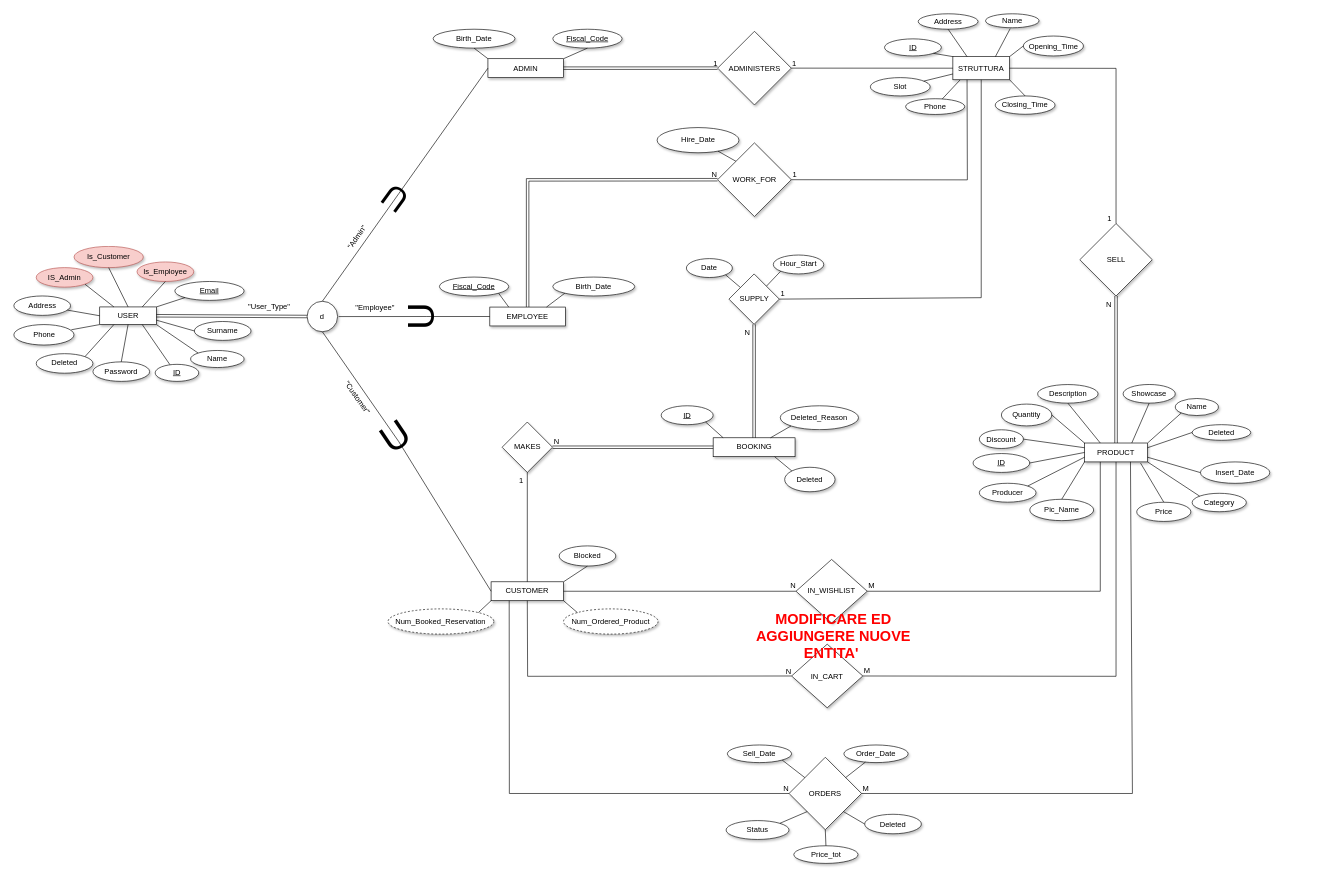
lilpilgit/Barber keeps this draw.io diagram as db/NEW_EER.drawio. Above is the earlier version. Source tidied: cells renumbered, new cells numbered last; positions are measured from the earlier drawing's top-left corner, leaving out a move shared by most shapes. Both pictures are drawn from the tidied source at 63%, with x=0, y=0 at pixel (13, 13).
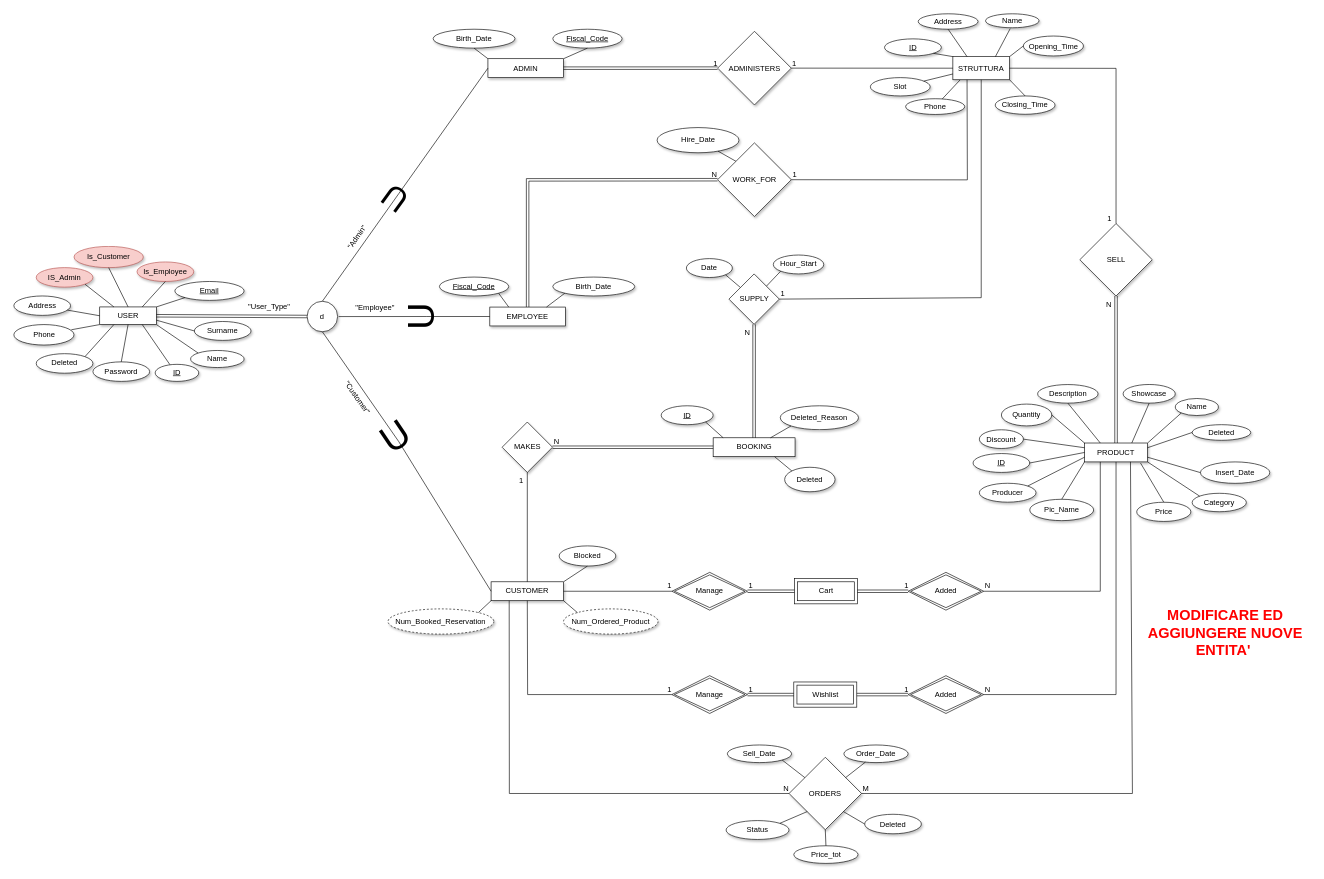
After the change.

Unchanged cells that the change refers to:
```xml
<mxCell id="2" value="PRODUCT" style="rounded=0;whiteSpace=wrap;html=1;shadow=1;" parent="1" vertex="1">
  <mxGeometry x="1700" y="681.7" width="100" height="30" as="geometry" />
</mxCell>
<mxCell id="4" value="CUSTOMER" style="rounded=0;whiteSpace=wrap;html=1;shadow=1;" parent="1" vertex="1">
  <mxGeometry x="758" y="902" width="115" height="30" as="geometry" />
</mxCell>
```

Diff of the diagram source:
```diff
@@
-    <mxCell id="138" value="IN_CART" style="rhombus;whiteSpace=wrap;html=1;shadow=1;" parent="1" vertex="1">
-      <mxGeometry x="1235" y="1001" width="113" height="101" as="geometry" />
-    </mxCell>
-    <mxCell id="139" style="endArrow=none;html=1;rounded=0;align=left;entryX=0;entryY=0.5;entryDx=0;entryDy=0;exitX=0.5;exitY=1;exitDx=0;exitDy=0;" parent="1" edge="1" source="4" target="138">
-      <mxGeometry relative="1" as="geometry">
-        <Array as="points">
-          <mxPoint x="816" y="1052" />
-        </Array>
-      </mxGeometry>
-    </mxCell>
-    <mxCell id="140" value="N" style="html=1;align=right;verticalAlign=top;" parent="139" vertex="1">
-      <mxGeometry x="1" relative="1" as="geometry">
-        <mxPoint y="-20.5" as="offset" />
-      </mxGeometry>
-    </mxCell>
-    <mxCell id="141" value="IN_WISHLIST" style="rhombus;whiteSpace=wrap;html=1;shadow=1;" parent="1" vertex="1">
-      <mxGeometry x="1242" y="866.5" width="113" height="101" as="geometry" />
-    </mxCell>
-    <mxCell id="142" style="endArrow=none;html=1;rounded=0;align=left;entryX=0;entryY=0.5;entryDx=0;entryDy=0;exitX=1;exitY=0.5;exitDx=0;exitDy=0;" parent="1" edge="1" source="4" target="141">
-      <mxGeometry relative="1" as="geometry" />
-    </mxCell>
-    <mxCell id="143" value="N" style="html=1;align=right;verticalAlign=bottom;" parent="142" vertex="1">
-      <mxGeometry x="1" relative="1" as="geometry" />
-    </mxCell>
@@
-    <mxCell id="146" style="endArrow=none;html=1;rounded=0;align=left;exitX=0.25;exitY=1;exitDx=0;exitDy=0;entryX=1;entryY=0.5;entryDx=0;entryDy=0;" parent="1" edge="1" source="2" target="141">
-      <mxGeometry relative="1" as="geometry">
-        <Array as="points">
-          <mxPoint x="1725" y="917" />
-        </Array>
-      </mxGeometry>
-    </mxCell>
-    <mxCell id="147" value="M" style="html=1;align=left;verticalAlign=bottom;" parent="146" vertex="1">
-      <mxGeometry x="1" relative="1" as="geometry" />
-    </mxCell>
@@
-    <mxCell id="150" style="endArrow=none;html=1;rounded=0;align=left;entryX=1;entryY=0.5;entryDx=0;entryDy=0;exitX=0.5;exitY=1;exitDx=0;exitDy=0;" parent="1" edge="1" source="2" target="138">
-      <mxGeometry relative="1" as="geometry">
-        <Array as="points">
-          <mxPoint x="1750" y="1052" />
-        </Array>
-      </mxGeometry>
-    </mxCell>
-    <mxCell id="151" value="M" style="html=1;align=left;verticalAlign=bottom;" parent="150" vertex="1">
-      <mxGeometry x="1" relative="1" as="geometry" />
-    </mxCell>
@@
     <mxCell id="160" value="&lt;font color=&quot;#ff0000&quot; size=&quot;1&quot;&gt;&lt;b style=&quot;font-size: 23px&quot;&gt;MODIFICARE ED AGGIUNGERE NUOVE ENTITA'&amp;nbsp;&lt;/b&gt;&lt;/font&gt;" style="text;html=1;strokeColor=none;fillColor=none;align=center;verticalAlign=middle;whiteSpace=wrap;rounded=0;" parent="1" vertex="1">
-      <mxGeometry x="1160.5" y="951" width="280.5" height="76.1" as="geometry" />
+      <mxGeometry x="1782.8" y="945" width="280.5" height="76.1" as="geometry" />
     </mxCell>
+    <mxCell id="161" value="Cart" style="shape=ext;margin=3;double=1;whiteSpace=wrap;html=1;align=center;" parent="1" vertex="1">
+      <mxGeometry x="1239.5" y="897" width="100" height="40" as="geometry" />
+    </mxCell>
+    <mxCell id="162" value="Wishlist" style="shape=ext;margin=3;double=1;whiteSpace=wrap;html=1;align=center;" parent="1" vertex="1">
+      <mxGeometry x="1238.5" y="1061" width="100" height="40" as="geometry" />
+    </mxCell>
+    <mxCell id="163" value="Manage" style="shape=rhombus;double=1;perimeter=rhombusPerimeter;whiteSpace=wrap;html=1;align=center;" parent="1" vertex="1">
+      <mxGeometry x="1045" y="887" width="120" height="60" as="geometry" />
+    </mxCell>
+    <mxCell id="164" value="Manage" style="shape=rhombus;double=1;perimeter=rhombusPerimeter;whiteSpace=wrap;html=1;align=center;" parent="1" vertex="1">
+      <mxGeometry x="1045" y="1051" width="120" height="60" as="geometry" />
+    </mxCell>
+    <mxCell id="165" value="Added" style="shape=rhombus;double=1;perimeter=rhombusPerimeter;whiteSpace=wrap;html=1;align=center;" parent="1" vertex="1">
+      <mxGeometry x="1420" y="887" width="120" height="60" as="geometry" />
+    </mxCell>
+    <mxCell id="166" value="Added" style="shape=rhombus;double=1;perimeter=rhombusPerimeter;whiteSpace=wrap;html=1;align=center;" parent="1" vertex="1">
+      <mxGeometry x="1420" y="1051" width="120" height="60" as="geometry" />
+    </mxCell>
+    <mxCell id="167" style="endArrow=none;html=1;rounded=0;entryX=0;entryY=0.5;entryDx=0;entryDy=0;exitX=1;exitY=0.5;exitDx=0;exitDy=0;" parent="1" edge="1" source="4" target="163">
+      <mxGeometry relative="1" as="geometry" />
+    </mxCell>
+    <mxCell id="168" value="1" style="html=1;align=right;verticalAlign=bottom;" parent="167" vertex="1">
+      <mxGeometry x="1" relative="1" as="geometry" />
+    </mxCell>
+    <mxCell id="169" style="endArrow=none;html=1;rounded=0;entryX=1;entryY=0.5;entryDx=0;entryDy=0;exitX=0.25;exitY=1;exitDx=0;exitDy=0;" parent="1" edge="1" source="2" target="165">
+      <mxGeometry relative="1" as="geometry">
+        <Array as="points">
+          <mxPoint x="1725" y="917" />
+        </Array>
+      </mxGeometry>
+    </mxCell>
+    <mxCell id="170" value="N" style="html=1;align=left;verticalAlign=bottom;" parent="169" vertex="1">
+      <mxGeometry x="1" relative="1" as="geometry" />
+    </mxCell>
+    <mxCell id="171" style="shape=link;html=1;rounded=0;entryX=0;entryY=0.5;entryDx=0;entryDy=0;exitX=1;exitY=0.5;exitDx=0;exitDy=0;" parent="1" edge="1" source="161" target="165">
+      <mxGeometry relative="1" as="geometry" />
+    </mxCell>
+    <mxCell id="172" value="1" style="html=1;align=right;verticalAlign=bottom;" parent="171" vertex="1">
+      <mxGeometry x="1" relative="1" as="geometry" />
+    </mxCell>
+    <mxCell id="173" style="endArrow=none;html=1;rounded=0;entryX=1;entryY=0.5;entryDx=0;entryDy=0;exitX=0;exitY=0.5;exitDx=0;exitDy=0;shape=link;" parent="1" edge="1" source="161" target="163">
+      <mxGeometry relative="1" as="geometry" />
+    </mxCell>
+    <mxCell id="174" value="1" style="html=1;align=left;verticalAlign=bottom;" parent="173" vertex="1">
+      <mxGeometry x="1" relative="1" as="geometry" />
+    </mxCell>
+    <mxCell id="175" style="endArrow=none;html=1;rounded=0;entryX=0;entryY=0.5;entryDx=0;entryDy=0;exitX=0.5;exitY=1;exitDx=0;exitDy=0;" parent="1" edge="1" source="4" target="164">
+      <mxGeometry relative="1" as="geometry">
+        <Array as="points">
+          <mxPoint x="816" y="1081" />
+        </Array>
+      </mxGeometry>
+    </mxCell>
+    <mxCell id="176" value="1" style="html=1;align=right;verticalAlign=bottom;" parent="175" vertex="1">
+      <mxGeometry x="1" relative="1" as="geometry" />
+    </mxCell>
+    <mxCell id="177" style="endArrow=none;html=1;rounded=0;entryX=1;entryY=0.5;entryDx=0;entryDy=0;exitX=0;exitY=0.5;exitDx=0;exitDy=0;shape=link;" parent="1" edge="1" source="162" target="164">
+      <mxGeometry relative="1" as="geometry" />
+    </mxCell>
+    <mxCell id="178" value="1" style="html=1;align=left;verticalAlign=bottom;" parent="177" vertex="1">
+      <mxGeometry x="1" relative="1" as="geometry" />
+    </mxCell>
+    <mxCell id="179" style="shape=link;html=1;rounded=0;entryX=0;entryY=0.5;entryDx=0;entryDy=0;exitX=1;exitY=0.5;exitDx=0;exitDy=0;" parent="1" edge="1" source="162" target="166">
+      <mxGeometry relative="1" as="geometry" />
+    </mxCell>
+    <mxCell id="180" value="1" style="html=1;align=right;verticalAlign=bottom;" parent="179" vertex="1">
+      <mxGeometry x="1" relative="1" as="geometry" />
+    </mxCell>
+    <mxCell id="181" style="endArrow=none;html=1;rounded=0;entryX=1;entryY=0.5;entryDx=0;entryDy=0;exitX=0.5;exitY=1;exitDx=0;exitDy=0;" parent="1" edge="1" source="2" target="166">
+      <mxGeometry relative="1" as="geometry">
+        <Array as="points">
+          <mxPoint x="1750" y="1081" />
+        </Array>
+      </mxGeometry>
+    </mxCell>
+    <mxCell id="182" value="N" style="html=1;align=left;verticalAlign=bottom;" parent="181" vertex="1">
+      <mxGeometry x="1" relative="1" as="geometry" />
+    </mxCell>
```
